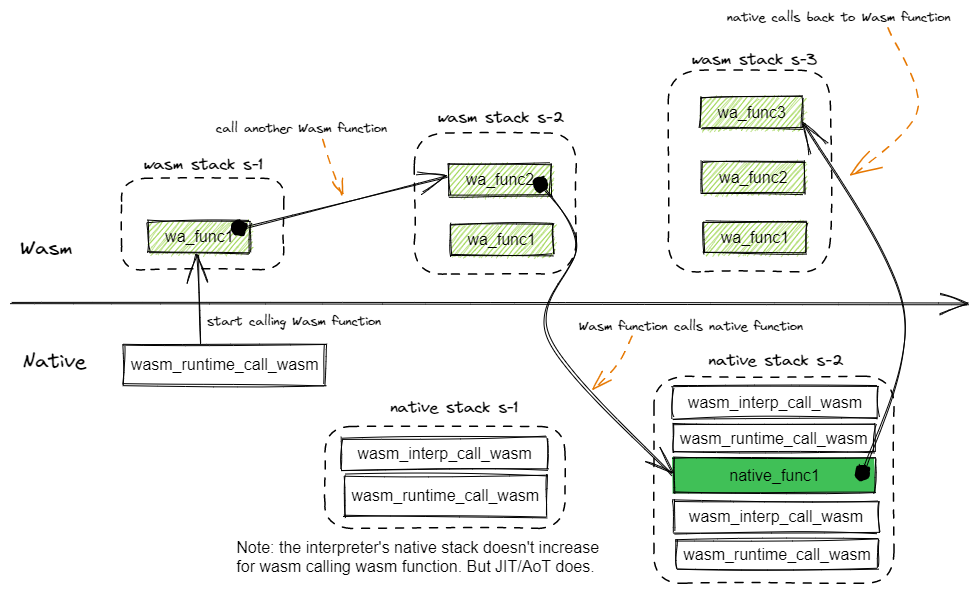
Before: content/en/blog/understand_wamr_stack/wamr_stack.excalidraw.png, a diagram exported from Excalidraw (bytecodealliance/wamr.dev). Source tidied: one line per element, renumbered; positions are measured from the earlier drawing's top-left corner, leaving out a move shared by most shapes.
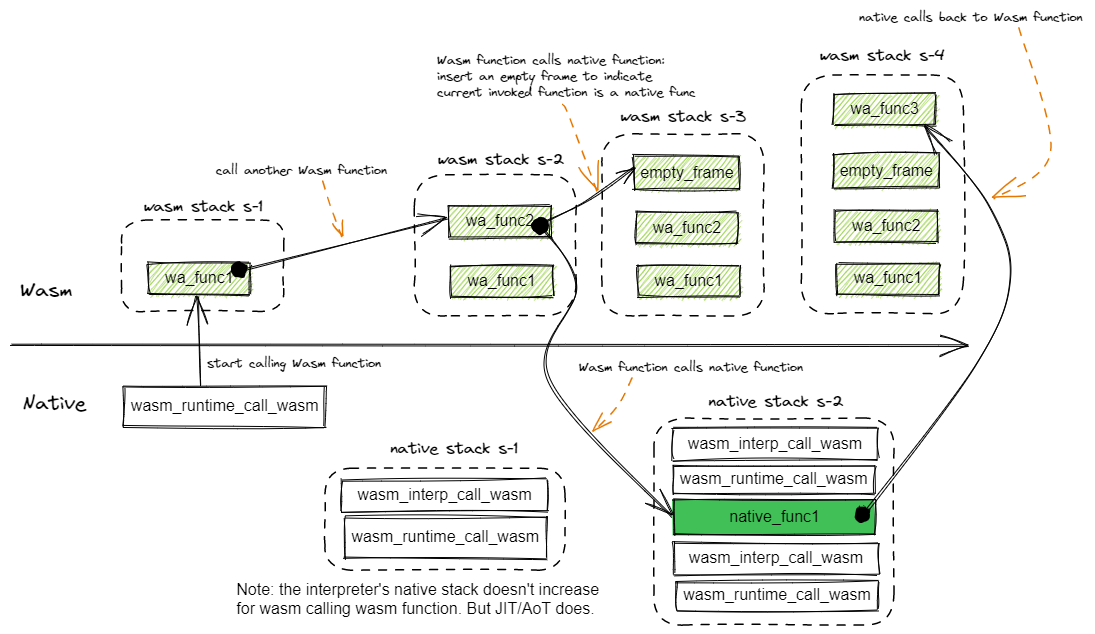
Later version of the same file.

Commit message:
fix create time for stack usage blog (#19)

Change to the diagram source:
```diff
@@ -2,52 +2,65 @@
 {"id": 1, "type": "text", "text": "Wasm", "strokeColor": "#000000", "strokeWidth": 1, "roughness": 1, "fontSize": 20, "fontFamily": 1, "x": 9, "y": 226, "width": 54, "height": 25}
 {"id": 2, "type": "text", "text": "Native", "strokeColor": "#000000", "strokeWidth": 1, "roughness": 1, "fontSize": 20, "fontFamily": 1, "x": 11, "y": 339, "width": 65, "height": 25}
 {"id": 3, "type": "rectangle", "strokeColor": "#000000", "backgroundColor": "#82c91e", "fillStyle": "hachure", "strokeWidth": 1, "roughness": 1, "x": 137, "y": 211, "width": 102, "height": 31}
-{"id": 4, "type": "text", "text": "wa_func1", "strokeColor": "#000000", "strokeWidth": 1, "roughness": 1, "fontSize": 16, "fontFamily": 2, "textAlign": "center", "verticalAlign": "middle", "inside": 3, "x": 153, "y": 217, "width": 71, "height": 19}
+{"id": 4, "type": "text", "text": "wa_func1", "strokeColor": "#000000", "strokeWidth": 1, "roughness": 1, "fontSize": 16, "fontFamily": 2, "textAlign": "center", "verticalAlign": "middle", "inside": 3, "x": 153, "y": 217, "width": 71, "height": 18}
 {"id": 5, "type": "rectangle", "strokeColor": "#000000", "strokeWidth": 1, "roughness": 1, "x": 113, "y": 334, "width": 202, "height": 41}
-{"id": 6, "type": "text", "text": "wasm_runtime_call_wasm", "strokeColor": "#000000", "strokeWidth": 1, "roughness": 1, "fontSize": 16, "fontFamily": 2, "textAlign": "center", "verticalAlign": "middle", "inside": 5, "x": 119, "y": 345, "width": 190, "height": 19}
+{"id": 6, "type": "text", "text": "wasm_runtime_call_wasm", "strokeColor": "#000000", "strokeWidth": 1, "roughness": 1, "fontSize": 16, "fontFamily": 2, "textAlign": "center", "verticalAlign": "middle", "inside": 5, "x": 119, "y": 345, "width": 190, "height": 18}
 {"id": 7, "type": "arrow", "strokeColor": "#000000", "backgroundColor": "#82c91e", "fillStyle": "hachure", "strokeWidth": 1, "roughness": 1, "endArrowhead": "arrow", "from": 5, "to": 3, "x": 191, "y": 333, "width": 4, "height": 88, "points": [[0, 0], [-4, -88]]}
 {"id": 8, "type": "rectangle", "strokeColor": "#000000", "backgroundColor": "#82c91e", "fillStyle": "hachure", "strokeWidth": 1, "roughness": 1, "x": 440, "y": 214, "width": 102, "height": 31}
-{"id": 9, "type": "text", "text": "wa_func1", "strokeColor": "#000000", "strokeWidth": 1, "roughness": 1, "fontSize": 16, "fontFamily": 2, "textAlign": "center", "verticalAlign": "middle", "inside": 8, "x": 455, "y": 220, "width": 71, "height": 19}
+{"id": 9, "type": "text", "text": "wa_func1", "strokeColor": "#000000", "strokeWidth": 1, "roughness": 1, "fontSize": 16, "fontFamily": 2, "textAlign": "center", "verticalAlign": "middle", "inside": 8, "x": 455, "y": 220, "width": 71, "height": 18}
 {"id": 10, "type": "rectangle", "strokeColor": "#000000", "strokeWidth": 1, "strokeStyle": "dashed", "roughness": 1, "round": true, "x": 111, "y": 168, "width": 162, "height": 91}
 {"id": 11, "type": "rectangle", "strokeColor": "#000000", "backgroundColor": "#82c91e", "fillStyle": "hachure", "strokeWidth": 1, "roughness": 1, "x": 438, "y": 154, "width": 102, "height": 31}
-{"id": 12, "type": "text", "text": "wa_func2", "strokeColor": "#000000", "strokeWidth": 1, "roughness": 1, "fontSize": 16, "fontFamily": 2, "textAlign": "center", "verticalAlign": "middle", "inside": 11, "x": 454, "y": 160, "width": 71, "height": 19}
+{"id": 12, "type": "text", "text": "wa_func2", "strokeColor": "#000000", "strokeWidth": 1, "roughness": 1, "fontSize": 16, "fontFamily": 2, "textAlign": "center", "verticalAlign": "middle", "inside": 11, "x": 454, "y": 160, "width": 71, "height": 18}
 {"id": 13, "type": "rectangle", "strokeColor": "#000000", "strokeWidth": 1, "strokeStyle": "dashed", "roughness": 1, "round": true, "x": 403, "y": 123, "width": 162, "height": 141}
 {"id": 14, "type": "rectangle", "strokeColor": "#000000", "backgroundColor": "#40c057", "fillStyle": "solid", "strokeWidth": 1, "roughness": 1, "x": 663, "y": 448, "width": 202, "height": 35}
-{"id": 15, "type": "text", "text": "native_func1", "strokeColor": "#000000", "strokeWidth": 1, "roughness": 1, "fontSize": 16, "fontFamily": 2, "textAlign": "center", "verticalAlign": "middle", "inside": 14, "x": 717, "y": 456, "width": 93, "height": 19}
+{"id": 15, "type": "text", "text": "native_func1", "strokeColor": "#000000", "strokeWidth": 1, "roughness": 1, "fontSize": 16, "fontFamily": 2, "textAlign": "center", "verticalAlign": "middle", "inside": 14, "x": 717, "y": 456, "width": 93, "height": 18}
 {"id": 16, "type": "arrow", "strokeColor": "#000000", "strokeWidth": 1, "roughness": 1, "startArrowhead": "dot", "endArrowhead": "arrow", "round": true, "to": 11, "x": 227, "y": 219, "width": 208, "height": 53, "points": [[0, 0], [208, -53]]}
 {"id": 17, "type": "arrow", "strokeColor": "#000000", "strokeWidth": 1, "roughness": 1, "startArrowhead": "dot", "endArrowhead": "arrow", "round": true, "to": 14, "x": 530, "y": 174, "width": 132, "height": 291, "points": [[0, 0], [36, 61], [8, 154], [132, 291]]}
-{"id": 18, "type": "rectangle", "strokeColor": "#000000", "backgroundColor": "#82c91e", "fillStyle": "hachure", "strokeWidth": 1, "roughness": 1, "x": 693, "y": 211, "width": 102, "height": 31}
+{"id": 18, "type": "rectangle", "strokeColor": "#000000", "backgroundColor": "#82c91e", "fillStyle": "hachure", "strokeWidth": 1, "roughness": 1, "x": 826, "y": 211, "width": 102, "height": 31}
-{"id": 19, "type": "text", "text": "wa_func1", "strokeColor": "#000000", "strokeWidth": 1, "roughness": 1, "fontSize": 16, "fontFamily": 2, "textAlign": "center", "verticalAlign": "middle", "inside": 18, "x": 708, "y": 218, "width": 71, "height": 19}
+{"id": 19, "type": "text", "text": "wa_func1", "strokeColor": "#000000", "strokeWidth": 1, "roughness": 1, "fontSize": 16, "fontFamily": 2, "textAlign": "center", "verticalAlign": "middle", "inside": 18, "x": 841, "y": 218, "width": 71, "height": 18}
-{"id": 20, "type": "rectangle", "strokeColor": "#000000", "backgroundColor": "#82c91e", "fillStyle": "hachure", "strokeWidth": 1, "roughness": 1, "x": 691, "y": 152, "width": 102, "height": 31}
+{"id": 20, "type": "rectangle", "strokeColor": "#000000", "backgroundColor": "#82c91e", "fillStyle": "hachure", "strokeWidth": 1, "roughness": 1, "x": 824, "y": 159, "width": 102, "height": 31}
-{"id": 21, "type": "text", "text": "wa_func2", "strokeColor": "#000000", "strokeWidth": 1, "roughness": 1, "fontSize": 16, "fontFamily": 2, "textAlign": "center", "verticalAlign": "middle", "inside": 20, "x": 707, "y": 158, "width": 71, "height": 19}
+{"id": 21, "type": "text", "text": "wa_func2", "strokeColor": "#000000", "strokeWidth": 1, "roughness": 1, "fontSize": 16, "fontFamily": 2, "textAlign": "center", "verticalAlign": "middle", "inside": 20, "x": 840, "y": 165, "width": 71, "height": 18}
-{"id": 22, "type": "rectangle", "strokeColor": "#000000", "strokeWidth": 1, "strokeStyle": "dashed", "roughness": 1, "round": true, "x": 657, "y": 60, "width": 162, "height": 202}
+{"id": 22, "type": "rectangle", "strokeColor": "#000000", "strokeWidth": 1, "strokeStyle": "dashed", "roughness": 1, "round": true, "x": 790, "y": 23, "width": 162, "height": 239}
-{"id": 23, "type": "rectangle", "strokeColor": "#000000", "backgroundColor": "#82c91e", "fillStyle": "hachure", "strokeWidth": 1, "roughness": 1, "x": 690, "y": 87, "width": 102, "height": 31}
+{"id": 23, "type": "rectangle", "strokeColor": "#000000", "backgroundColor": "#82c91e", "fillStyle": "hachure", "strokeWidth": 1, "roughness": 1, "x": 823, "y": 42, "width": 102, "height": 31}
-{"id": 24, "type": "text", "text": "wa_func3", "strokeColor": "#000000", "strokeWidth": 1, "roughness": 1, "fontSize": 16, "fontFamily": 2, "textAlign": "center", "verticalAlign": "middle", "inside": 23, "x": 705, "y": 93, "width": 71, "height": 19}
+{"id": 24, "type": "text", "text": "wa_func3", "strokeColor": "#000000", "strokeWidth": 1, "roughness": 1, "fontSize": 16, "fontFamily": 2, "textAlign": "center", "verticalAlign": "middle", "inside": 23, "x": 838, "y": 49, "width": 71, "height": 18}
-{"id": 25, "type": "arrow", "strokeColor": "#000000", "strokeWidth": 1, "roughness": 1, "startArrowhead": "dot", "endArrowhead": "arrow", "round": true, "to": 23, "x": 852, "y": 463, "width": 99, "height": 351, "points": [[0, 0], [40, -164], [-59, -351]]}
+{"id": 25, "type": "arrow", "strokeColor": "#000000", "strokeWidth": 1, "roughness": 1, "startArrowhead": "dot", "endArrowhead": "arrow", "round": true, "to": 23, "x": 852, "y": 463, "width": 148, "height": 388, "points": [[0, 0], [112, -151], [148, -238], [126, -311], [62, -388]]}
 {"id": 26, "type": "rectangle", "strokeColor": "#000000", "strokeWidth": 1, "roughness": 1, "x": 665, "y": 530, "width": 202, "height": 29}
-{"id": 27, "type": "text", "text": "wasm_runtime_call_wasm", "strokeColor": "#000000", "strokeWidth": 1, "roughness": 1, "fontSize": 16, "fontFamily": 2, "textAlign": "center", "verticalAlign": "middle", "inside": 26, "x": 671, "y": 535, "width": 190, "height": 19}
+{"id": 27, "type": "text", "text": "wasm_runtime_call_wasm", "strokeColor": "#000000", "strokeWidth": 1, "roughness": 1, "fontSize": 16, "fontFamily": 2, "textAlign": "center", "verticalAlign": "middle", "inside": 26, "x": 671, "y": 535, "width": 190, "height": 18}
 {"id": 28, "type": "rectangle", "strokeColor": "#000000", "strokeWidth": 1, "strokeStyle": "dashed", "roughness": 1, "round": true, "x": 643, "y": 366, "width": 240, "height": 207}
 {"id": 29, "type": "text", "text": "start calling Wasm function", "strokeColor": "#000000", "strokeWidth": 1, "strokeStyle": "dashed", "roughness": 1, "fontSize": 12.83, "fontFamily": 1, "x": 196, "y": 304, "width": 176, "height": 16}
 {"id": 30, "type": "text", "text": "call another Wasm function ", "strokeColor": "#000000", "strokeWidth": 1, "strokeStyle": "dashed", "roughness": 1, "fontSize": 12.83, "fontFamily": 1, "x": 205, "y": 111, "width": 180, "height": 16}
 {"id": 31, "type": "arrow", "strokeColor": "#e67700", "strokeWidth": 1, "strokeStyle": "dashed", "roughness": 1, "endArrowhead": "arrow", "round": true, "from": 30, "x": 313, "y": 129, "width": 18, "height": 55, "points": [[0, 0], [8, 26], [18, 55]]}
 {"id": 32, "type": "text", "text": "Wasm function calls native function", "strokeColor": "#000000", "strokeWidth": 1, "strokeStyle": "dashed", "roughness": 1, "fontSize": 12.83, "fontFamily": 1, "x": 568, "y": 309, "width": 226, "height": 16}
 {"id": 33, "type": "arrow", "strokeColor": "#e67700", "strokeWidth": 1, "strokeStyle": "dashed", "roughness": 1, "endArrowhead": "arrow", "round": true, "from": 32, "x": 620, "y": 326, "width": 36, "height": 55, "points": [[0, 0], [-12, 28], [-36, 55]]}
-{"id": 34, "type": "text", "text": "native calls back to Wasm function", "strokeColor": "#000000", "strokeWidth": 1, "strokeStyle": "dashed", "roughness": 1, "fontSize": 12.83, "fontFamily": 1, "x": 716, "y": 0, "width": 226, "height": 16}
+{"id": 34, "type": "text", "text": "native calls back to Wasm function", "strokeColor": "#000000", "strokeWidth": 1, "strokeStyle": "dashed", "roughness": 1, "fontSize": 12.83, "fontFamily": 1, "x": 848, "y": -42, "width": 226, "height": 16}
-{"id": 35, "type": "arrow", "strokeColor": "#e67700", "strokeWidth": 1, "strokeStyle": "dashed", "roughness": 1, "endArrowhead": "arrow", "round": true, "from": 34, "to": 22, "x": 876, "y": 17, "width": 65, "height": 150, "points": [[0, 0], [30, 84], [-36, 150]]}
+{"id": 35, "type": "arrow", "strokeColor": "#e67700", "strokeWidth": 1, "strokeStyle": "dashed", "roughness": 1, "endArrowhead": "arrow", "round": true, "from": 34, "to": 22, "x": 1007, "y": -25, "width": 57, "height": 173, "points": [[0, 0], [32, 126], [-25, 173]]}
 {"id": 36, "type": "text", "text": "wasm stack s-1", "strokeColor": "#000000", "strokeWidth": 1, "strokeStyle": "dashed", "roughness": 1, "fontSize": 16, "fontFamily": 1, "x": 133, "y": 145, "width": 121, "height": 20}
 {"id": 37, "type": "text", "text": "wasm stack s-2", "strokeColor": "#000000", "strokeWidth": 1, "strokeStyle": "dashed", "roughness": 1, "fontSize": 16, "fontFamily": 1, "x": 427, "y": 98, "width": 128, "height": 20}
-{"id": 38, "type": "text", "text": "wasm stack s-3", "strokeColor": "#000000", "strokeWidth": 1, "strokeStyle": "dashed", "roughness": 1, "fontSize": 16, "fontFamily": 1, "x": 681, "y": 40, "width": 128, "height": 20}
+{"id": 38, "type": "text", "text": "wasm stack s-4", "strokeColor": "#000000", "strokeWidth": 1, "strokeStyle": "dashed", "roughness": 1, "fontSize": 16, "fontFamily": 1, "x": 809, "y": -6, "width": 127, "height": 20}
 {"id": 39, "type": "text", "text": "native stack s-2", "strokeColor": "#000000", "strokeWidth": 1, "strokeStyle": "dashed", "roughness": 1, "fontSize": 16, "fontFamily": 1, "x": 698, "y": 341, "width": 137, "height": 20}
 {"id": 40, "type": "rectangle", "strokeColor": "#000000", "strokeWidth": 1, "roughness": 1, "x": 662, "y": 414, "width": 202, "height": 29}
-{"id": 41, "type": "text", "text": "wasm_runtime_call_wasm", "strokeColor": "#000000", "strokeWidth": 1, "roughness": 1, "fontSize": 16, "fontFamily": 2, "textAlign": "center", "verticalAlign": "middle", "inside": 40, "x": 668, "y": 418, "width": 190, "height": 19}
+{"id": 41, "type": "text", "text": "wasm_runtime_call_wasm", "strokeColor": "#000000", "strokeWidth": 1, "roughness": 1, "fontSize": 16, "fontFamily": 2, "textAlign": "center", "verticalAlign": "middle", "inside": 40, "x": 668, "y": 418, "width": 190, "height": 18}
 {"id": 42, "type": "rectangle", "strokeColor": "#000000", "strokeWidth": 1, "roughness": 1, "x": 331, "y": 428, "width": 206, "height": 32}
-{"id": 43, "type": "text", "text": "wasm_interp_call_wasm", "strokeColor": "#000000", "strokeWidth": 1, "strokeStyle": "dashed", "roughness": 1, "fontSize": 16, "fontFamily": 2, "textAlign": "center", "verticalAlign": "middle", "inside": 42, "x": 346, "y": 434, "width": 176, "height": 19}
+{"id": 43, "type": "text", "text": "wasm_interp_call_wasm", "strokeColor": "#000000", "strokeWidth": 1, "strokeStyle": "dashed", "roughness": 1, "fontSize": 16, "fontFamily": 2, "textAlign": "center", "verticalAlign": "middle", "inside": 42, "x": 346, "y": 434, "width": 176, "height": 18}
 {"id": 44, "type": "rectangle", "strokeColor": "#000000", "strokeWidth": 1, "roughness": 1, "x": 333, "y": 465, "width": 202, "height": 41}
-{"id": 45, "type": "text", "text": "wasm_runtime_call_wasm", "strokeColor": "#000000", "strokeWidth": 1, "roughness": 1, "fontSize": 16, "fontFamily": 2, "textAlign": "center", "verticalAlign": "middle", "inside": 44, "x": 339, "y": 476, "width": 190, "height": 19}
+{"id": 45, "type": "text", "text": "wasm_runtime_call_wasm", "strokeColor": "#000000", "strokeWidth": 1, "roughness": 1, "fontSize": 16, "fontFamily": 2, "textAlign": "center", "verticalAlign": "middle", "inside": 44, "x": 339, "y": 476, "width": 190, "height": 18}
 {"id": 46, "type": "rectangle", "strokeColor": "#000000", "strokeWidth": 1, "strokeStyle": "dashed", "roughness": 1, "round": true, "x": 314, "y": 416, "width": 240, "height": 102}
 {"id": 47, "type": "text", "text": "native stack s-1", "strokeColor": "#000000", "strokeWidth": 1, "strokeStyle": "dashed", "roughness": 1, "fontSize": 16, "fontFamily": 1, "x": 379, "y": 388, "width": 130, "height": 20}
 {"id": 48, "type": "rectangle", "strokeColor": "#000000", "strokeWidth": 1, "roughness": 1, "x": 662, "y": 491, "width": 206, "height": 32}
-{"id": 49, "type": "text", "text": "wasm_interp_call_wasm", "strokeColor": "#000000", "strokeWidth": 1, "strokeStyle": "dashed", "roughness": 1, "fontSize": 16, "fontFamily": 2, "textAlign": "center", "verticalAlign": "middle", "inside": 48, "x": 677, "y": 497, "width": 176, "height": 19}
+{"id": 49, "type": "text", "text": "wasm_interp_call_wasm", "strokeColor": "#000000", "strokeWidth": 1, "strokeStyle": "dashed", "roughness": 1, "fontSize": 16, "fontFamily": 2, "textAlign": "center", "verticalAlign": "middle", "inside": 48, "x": 677, "y": 497, "width": 176, "height": 18}
 {"id": 50, "type": "rectangle", "strokeColor": "#000000", "strokeWidth": 1, "roughness": 1, "x": 661, "y": 376, "width": 206, "height": 32}
-{"id": 51, "type": "text", "text": "wasm_interp_call_wasm", "strokeColor": "#000000", "strokeWidth": 1, "strokeStyle": "dashed", "roughness": 1, "fontSize": 16, "fontFamily": 2, "textAlign": "center", "verticalAlign": "middle", "inside": 50, "x": 676, "y": 383, "width": 176, "height": 19}
+{"id": 51, "type": "text", "text": "wasm_interp_call_wasm", "strokeColor": "#000000", "strokeWidth": 1, "strokeStyle": "dashed", "roughness": 1, "fontSize": 16, "fontFamily": 2, "textAlign": "center", "verticalAlign": "middle", "inside": 50, "x": 676, "y": 383, "width": 176, "height": 18}
 {"id": 52, "type": "text", "text": "Note: the interpreter's native stack doesn't increase \nfor wasm calling wasm function. But JIT/AoT does. ", "strokeColor": "#000000", "backgroundColor": "#40c057", "fillStyle": "solid", "strokeWidth": 1, "roughness": 1, "fontSize": 16, "fontFamily": 2, "x": 225, "y": 529, "width": 368, "height": 37}
+{"id": 53, "type": "rectangle", "strokeColor": "#000000", "backgroundColor": "#82c91e", "fillStyle": "hachure", "strokeWidth": 1, "roughness": 1, "x": 822, "y": 102, "width": 106, "height": 34}
+{"id": 54, "type": "text", "text": "empty_frame", "strokeColor": "#000000", "strokeWidth": 1, "roughness": 1, "fontSize": 16, "fontFamily": 2, "textAlign": "center", "verticalAlign": "middle", "inside": 53, "x": 828, "y": 110, "width": 95, "height": 18}
+{"id": 55, "type": "rectangle", "strokeColor": "#000000", "backgroundColor": "#82c91e", "fillStyle": "hachure", "strokeWidth": 1, "roughness": 1, "x": 627, "y": 214, "width": 102, "height": 31}
+{"id": 56, "type": "text", "text": "wa_func1", "strokeColor": "#000000", "strokeWidth": 1, "roughness": 1, "fontSize": 16, "fontFamily": 2, "textAlign": "center", "verticalAlign": "middle", "inside": 55, "x": 642, "y": 220, "width": 71, "height": 18}
+{"id": 57, "type": "rectangle", "strokeColor": "#000000", "backgroundColor": "#82c91e", "fillStyle": "hachure", "strokeWidth": 1, "roughness": 1, "x": 625, "y": 161, "width": 102, "height": 31}
+{"id": 58, "type": "text", "text": "wa_func2", "strokeColor": "#000000", "strokeWidth": 1, "roughness": 1, "fontSize": 16, "fontFamily": 2, "textAlign": "center", "verticalAlign": "middle", "inside": 57, "x": 641, "y": 167, "width": 71, "height": 18}
+{"id": 59, "type": "rectangle", "strokeColor": "#000000", "strokeWidth": 1, "strokeStyle": "dashed", "roughness": 1, "round": true, "x": 591, "y": 82, "width": 162, "height": 182}
+{"id": 60, "type": "text", "text": "wasm stack s-3", "strokeColor": "#000000", "strokeWidth": 1, "strokeStyle": "dashed", "roughness": 1, "fontSize": 16, "fontFamily": 1, "x": 610, "y": 55, "width": 128, "height": 20}
+{"id": 61, "type": "rectangle", "strokeColor": "#000000", "backgroundColor": "#82c91e", "fillStyle": "hachure", "strokeWidth": 1, "roughness": 1, "x": 623, "y": 104, "width": 106, "height": 34}
+{"id": 62, "type": "text", "text": "empty_frame", "strokeColor": "#000000", "strokeWidth": 1, "roughness": 1, "fontSize": 16, "fontFamily": 2, "textAlign": "center", "verticalAlign": "middle", "inside": 61, "x": 629, "y": 112, "width": 95, "height": 18}
+{"id": 63, "type": "arrow", "strokeColor": "#000000", "strokeWidth": 1, "roughness": 1, "startArrowhead": "dot", "endArrowhead": "arrow", "round": true, "to": 61, "x": 529, "y": 173, "width": 94, "height": 58, "points": [[0, 0], [39, -19], [63, -34], [94, -58]]}
+{"id": 64, "type": "text", "text": "Wasm function calls native function:\ninsert an empty frame to indicate \ncurrent invoked function is a native func", "strokeColor": "#000000", "strokeWidth": 1, "strokeStyle": "dashed", "roughness": 1, "fontSize": 12.83, "fontFamily": 1, "x": 426, "y": 1, "width": 260, "height": 48}
+{"id": 65, "type": "arrow", "strokeColor": "#e67700", "strokeWidth": 1, "strokeStyle": "dashed", "roughness": 1, "endArrowhead": "arrow", "round": true, "from": 64, "to": 59, "x": 552, "y": 52, "width": 33, "height": 87, "points": [[0, 0], [6, 12], [33, 87]]}
```
